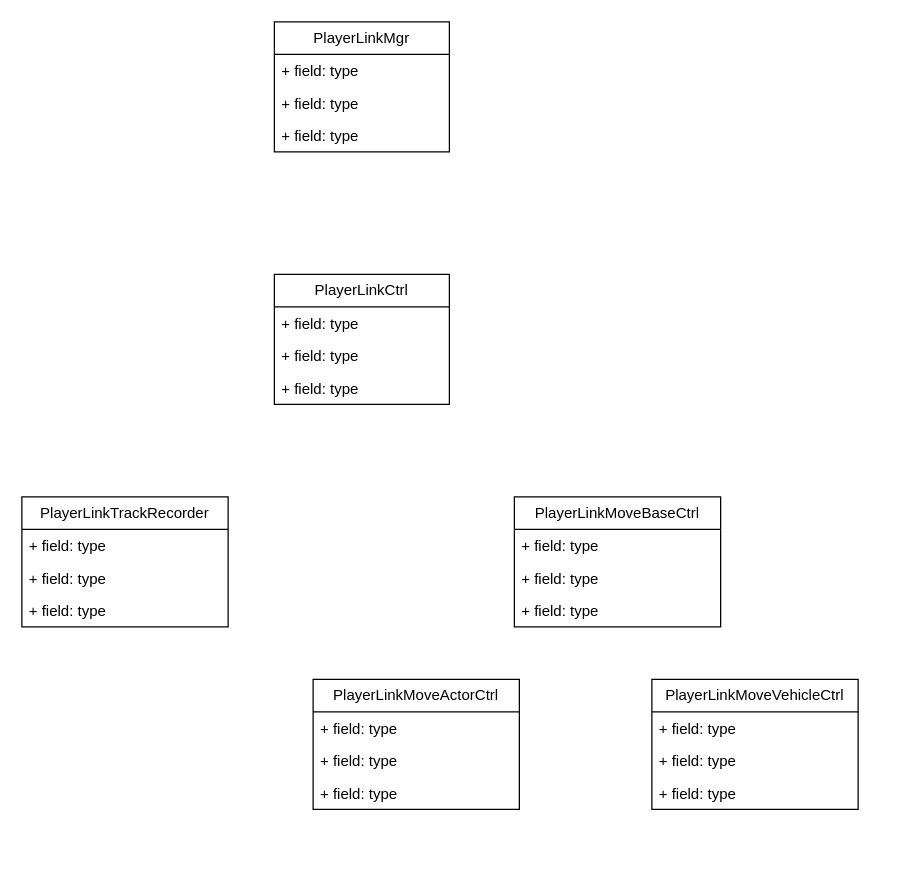
uniHk/UniverseofHK.github.io keeps this draw.io diagram as 大世界.drawio. Above is the earlier version. Source tidied: cells renumbered, new cells numbered last; positions are measured from the earlier drawing's top-left corner, leaving out a move shared by most shapes. Both pictures are drawn from the tidied source at 125%, with x=0, y=0 at pixel (21, 21).
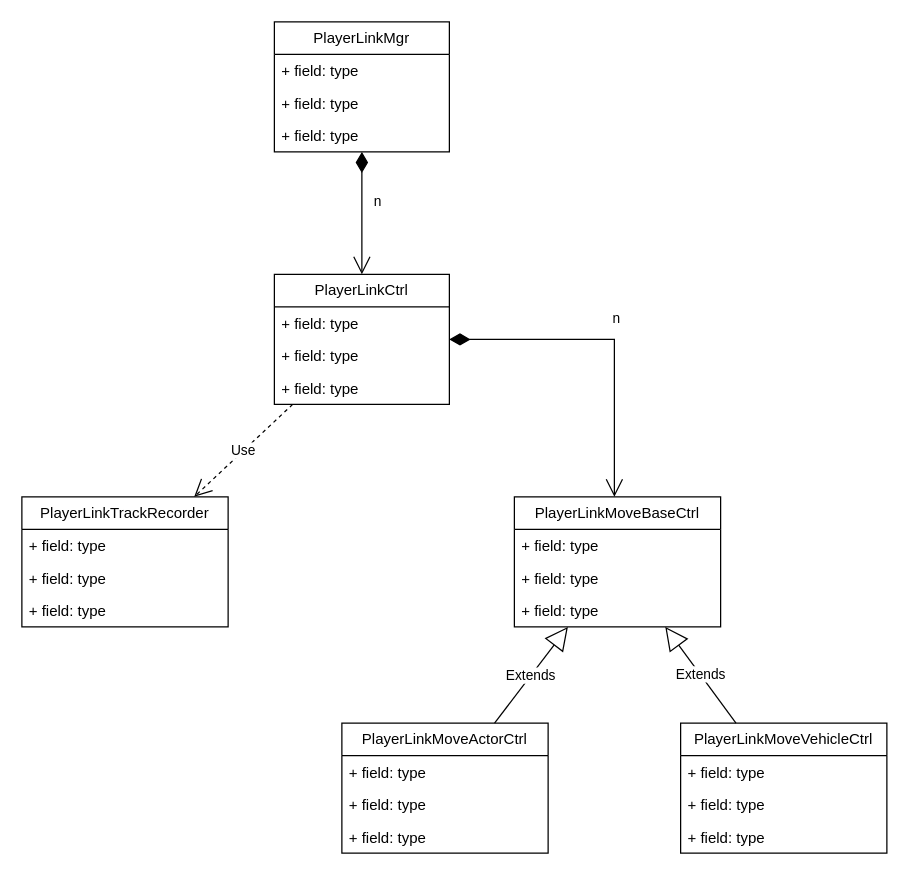
Above is the later version.

Commit message (it also covers changes not shown here):
更新大世界.drawio

Unchanged cells that the change refers to:
```xml
<mxCell id="2" value="PlayerLinkMgr" style="swimlane;fontStyle=0;horizontal=1;startSize=26;fillColor=none;whiteSpace=wrap;html=1;" parent="1" vertex="1">
  <mxGeometry x="202" width="140" height="104" as="geometry" />
</mxCell>
<mxCell id="6" value="PlayerLinkCtrl" style="swimlane;fontStyle=0;horizontal=1;startSize=26;fillColor=none;whiteSpace=wrap;html=1;" parent="1" vertex="1">
  <mxGeometry x="202" y="202" width="140" height="104" as="geometry" />
</mxCell>
<mxCell id="10" value="PlayerLinkTrackRecorder" style="swimlane;fontStyle=0;horizontal=1;startSize=26;fillColor=none;whiteSpace=wrap;html=1;" parent="1" vertex="1">
  <mxGeometry y="380" width="165" height="104" as="geometry" />
</mxCell>
<mxCell id="14" value="PlayerLinkMoveBaseCtrl" style="swimlane;fontStyle=0;horizontal=1;startSize=26;fillColor=none;whiteSpace=wrap;html=1;" parent="1" vertex="1">
  <mxGeometry x="394" y="380" width="165" height="104" as="geometry" />
</mxCell>
```

The edit, as a diff of the source:
```diff
@@
     <mxCell id="18" value="PlayerLinkMoveActorCtrl" style="swimlane;fontStyle=0;horizontal=1;startSize=26;fillColor=none;whiteSpace=wrap;html=1;" parent="1" vertex="1">
-      <mxGeometry x="233" y="526" width="165" height="104" as="geometry" />
+      <mxGeometry x="256" y="561" width="165" height="104" as="geometry" />
     </mxCell>
@@
     <mxCell id="22" value="PlayerLinkMoveVehicleCtrl" style="swimlane;fontStyle=0;horizontal=1;startSize=26;fillColor=none;whiteSpace=wrap;html=1;" parent="1" vertex="1">
-      <mxGeometry x="504" y="526" width="165" height="104" as="geometry" />
+      <mxGeometry x="527" y="561" width="165" height="104" as="geometry" />
     </mxCell>
@@
+    <mxCell id="26" value="n" style="endArrow=open;html=1;endSize=12;startArrow=diamondThin;startSize=14;startFill=1;edgeStyle=orthogonalEdgeStyle;align=left;verticalAlign=bottom;rounded=0;" parent="1" edge="1" source="2" target="6">
+      <mxGeometry y="8" relative="1" as="geometry" />
+    </mxCell>
+    <mxCell id="27" value="Use" style="endArrow=open;endSize=12;dashed=1;html=1;rounded=0;" parent="1" edge="1" source="6" target="10">
+      <mxGeometry relative="1" as="geometry" />
+    </mxCell>
+    <mxCell id="28" value="n" style="endArrow=open;html=1;endSize=12;startArrow=diamondThin;startSize=14;startFill=1;edgeStyle=orthogonalEdgeStyle;align=left;verticalAlign=bottom;rounded=0;" parent="1" edge="1" source="6" target="14">
+      <mxGeometry y="8" relative="1" as="geometry">
+        <Array as="points">
+          <mxPoint x="474" y="254" />
+        </Array>
+      </mxGeometry>
+    </mxCell>
+    <mxCell id="29" value="Extends" style="endArrow=block;endSize=16;endFill=0;html=1;rounded=0;" parent="1" edge="1" source="18" target="14">
+      <mxGeometry relative="1" as="geometry" />
+    </mxCell>
+    <mxCell id="30" value="Extends" style="endArrow=block;endSize=16;endFill=0;html=1;rounded=0;" parent="1" edge="1" source="22" target="14">
+      <mxGeometry relative="1" as="geometry" />
+    </mxCell>
```
